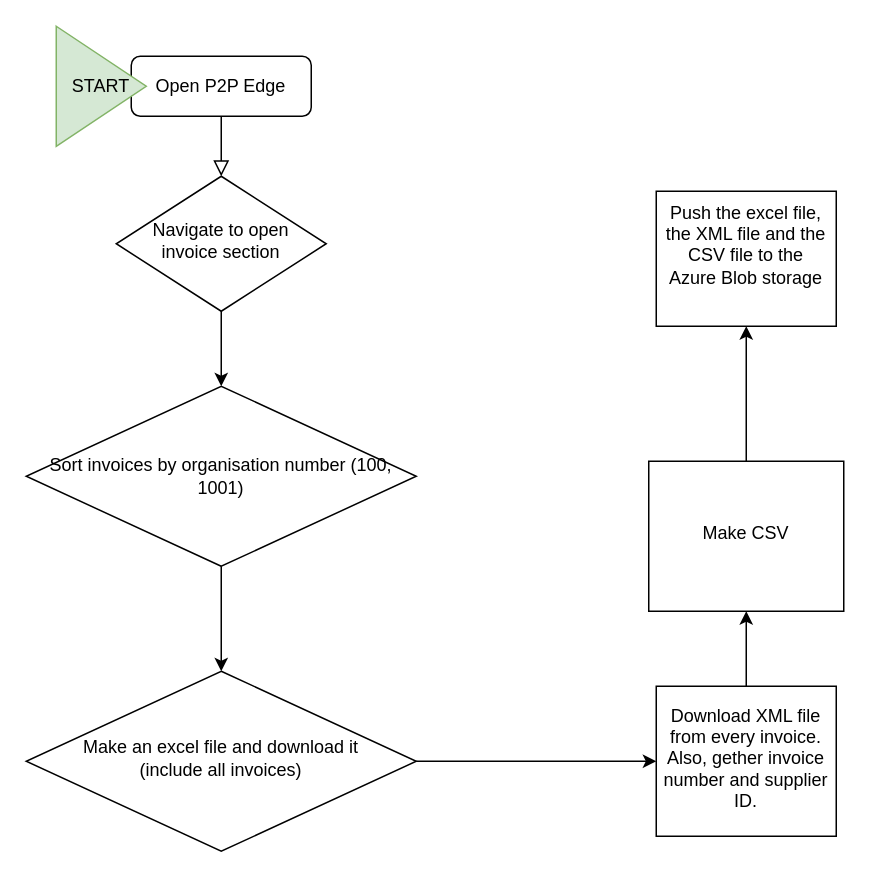
The draw.io diagram pyautogui_task/Untitled Diagram.drawio in PyryPajunen-Most/TestRepo, before the edit. Source tidied: cells renumbered, new cells numbered last; positions are measured from the earlier drawing's top-left corner, leaving out a move shared by most shapes. Both pictures are drawn from the tidied source at 150%, with x=0, y=0 at pixel (26, 26).
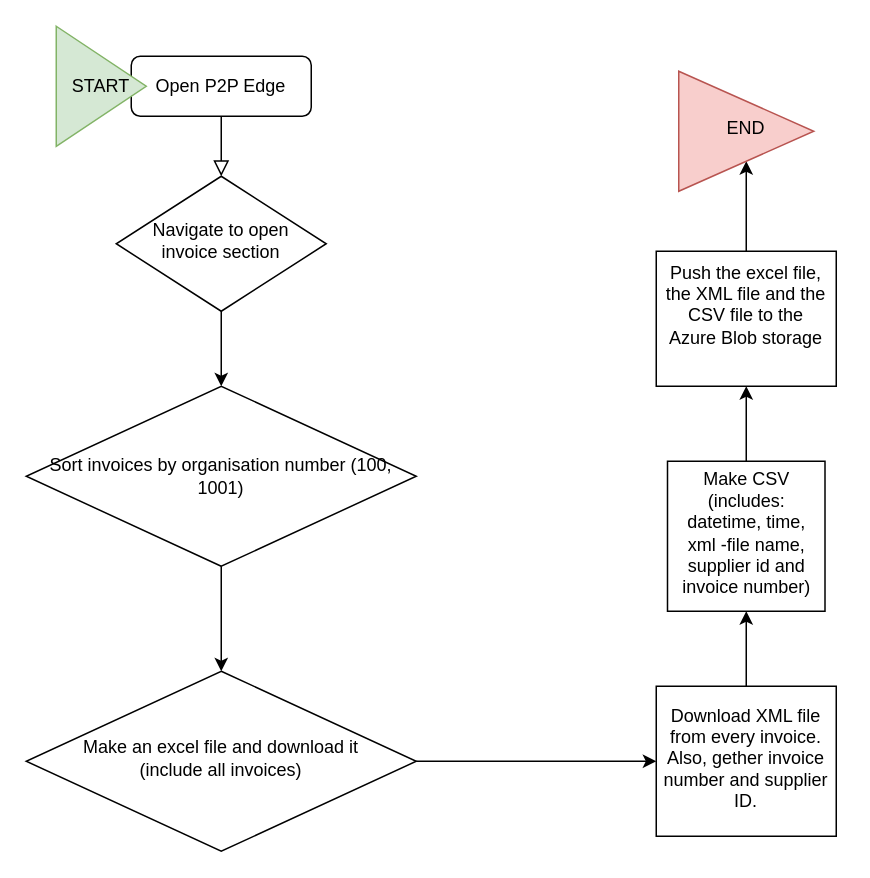
The same diagram, later.

Commit message:
Jyvaskyla-Ostolaskut (hakutehtävä)

What changed in the source:
```diff
@@
 <mxGraphModel>
   <root>
     <mxCell id="0" />
     <mxCell id="1" parent="0" />
     <mxCell id="2" style="rounded=0;html=1;jettySize=auto;fontSize=11;endArrow=block;endFill=0;endSize=8;strokeWidth=1;shadow=0;labelBackgroundColor=none;edgeStyle=orthogonalEdgeStyle;" parent="1" edge="1" source="3" target="5">
       <mxGeometry relative="1" as="geometry" />
     </mxCell>
     <mxCell id="3" value="Open P2P Edge" style="rounded=1;whiteSpace=wrap;html=1;fontSize=12;glass=0;strokeWidth=1;shadow=0;" parent="1" vertex="1">
       <mxGeometry x="70" y="20" width="120" height="40" as="geometry" />
     </mxCell>
     <mxCell id="4" style="edgeStyle=orthogonalEdgeStyle;rounded=0;jettySize=auto;html=1;" parent="1" edge="1" source="5" target="10">
       <mxGeometry relative="1" as="geometry" />
     </mxCell>
     <mxCell id="5" value="Navigate to open invoice section" style="rhombus;whiteSpace=wrap;html=1;shadow=0;fontFamily=Helvetica;fontSize=12;align=center;strokeWidth=1;spacing=6;spacingTop=-4;" parent="1" vertex="1">
       <mxGeometry x="60" y="100" width="140" height="90" as="geometry" />
     </mxCell>
     <mxCell id="6" style="edgeStyle=orthogonalEdgeStyle;rounded=0;jettySize=auto;html=1;" parent="1" edge="1" source="7" target="12">
       <mxGeometry relative="1" as="geometry" />
     </mxCell>
     <mxCell id="7" value="Make an excel file and download it&lt;br&gt;(include all invoices)" style="rhombus;whiteSpace=wrap;html=1;shadow=0;fontFamily=Helvetica;fontSize=12;align=center;strokeWidth=1;spacing=6;spacingTop=-4;" parent="1" vertex="1">
       <mxGeometry y="430" width="260" height="120" as="geometry" />
     </mxCell>
     <mxCell id="8" value="START" style="triangle;whiteSpace=wrap;html=1;fillColor=#d5e8d4;strokeColor=#82b366;" parent="1" vertex="1">
       <mxGeometry x="20" width="60" height="80" as="geometry" />
     </mxCell>
     <mxCell id="9" style="edgeStyle=orthogonalEdgeStyle;rounded=0;jettySize=auto;html=1;" parent="1" edge="1" source="10" target="7">
       <mxGeometry relative="1" as="geometry" />
     </mxCell>
     <mxCell id="10" value="Sort invoices by organisation number (100, 1001)" style="rhombus;whiteSpace=wrap;html=1;direction=west;" parent="1" vertex="1">
       <mxGeometry y="240" width="260" height="120" as="geometry" />
     </mxCell>
     <mxCell id="11" style="edgeStyle=orthogonalEdgeStyle;rounded=0;jettySize=auto;html=1;" parent="1" edge="1" source="12" target="14">
       <mxGeometry relative="1" as="geometry" />
     </mxCell>
     <mxCell id="12" value="Download XML file from every invoice. Also, gether invoice number and supplier ID." style="whiteSpace=wrap;html=1;shadow=0;strokeWidth=1;spacing=6;spacingTop=-4;" parent="1" vertex="1">
       <mxGeometry x="420" y="440" width="120" height="100" as="geometry" />
     </mxCell>
     <mxCell id="13" style="edgeStyle=orthogonalEdgeStyle;rounded=0;jettySize=auto;html=1;" parent="1" edge="1" source="14" target="15">
       <mxGeometry relative="1" as="geometry" />
     </mxCell>
-    <mxCell id="14" value="Make CSV" style="whiteSpace=wrap;html=1;shadow=0;strokeWidth=1;spacing=6;spacingTop=-4;" parent="1" vertex="1">
-      <mxGeometry x="415" y="290" width="130" height="100" as="geometry" />
+    <mxCell id="14" value="Make CSV&lt;br&gt;(includes: datetime, time, xml -file name, supplier id and invoice number)" style="whiteSpace=wrap;html=1;shadow=0;strokeWidth=1;spacing=6;spacingTop=-4;" parent="1" vertex="1">
+      <mxGeometry x="427.5" y="290" width="105" height="100" as="geometry" />
     </mxCell>
+    <mxCell id="16" style="edgeStyle=orthogonalEdgeStyle;rounded=0;jettySize=auto;html=1;" parent="1" edge="1" source="15" target="17">
+      <mxGeometry relative="1" as="geometry" />
+    </mxCell>
     <mxCell id="15" value="&lt;div&gt;Push the excel file, the XML file and the CSV file to the Azure Blob storage&lt;/div&gt;&lt;div&gt;&lt;br&gt;&lt;/div&gt;" style="whiteSpace=wrap;html=1;shadow=0;strokeWidth=1;spacing=6;spacingTop=-4;" parent="1" vertex="1">
-      <mxGeometry x="420" y="110" width="120" height="90" as="geometry" />
+      <mxGeometry x="420" y="150" width="120" height="90" as="geometry" />
     </mxCell>
+    <mxCell id="17" value="END" style="triangle;whiteSpace=wrap;html=1;shadow=0;strokeWidth=1;spacing=6;spacingTop=-4;fillColor=#f8cecc;strokeColor=#b85450;" parent="1" vertex="1">
+      <mxGeometry x="435" y="30" width="90" height="80" as="geometry" />
+    </mxCell>
   </root>
 </mxGraphModel>
```
